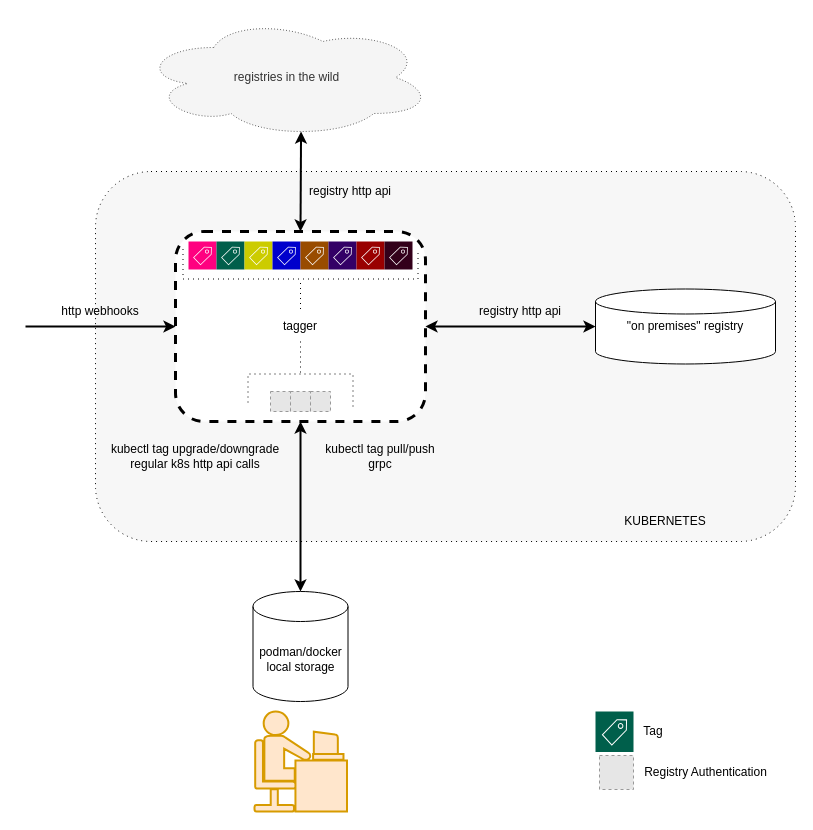
This is assets/architecture.drawio from ricardomaraschini/tagger, a draw.io file, before an edit. Source tidied: cells renumbered, new cells numbered last; positions are measured from the earlier drawing's top-left corner, leaving out a move shared by most shapes. Both pictures are drawn from the tidied source at 100%, with x=0, y=0 at pixel (25, 17). Pictures stored in the file or linked from it are replaced by grey dashed boxes.
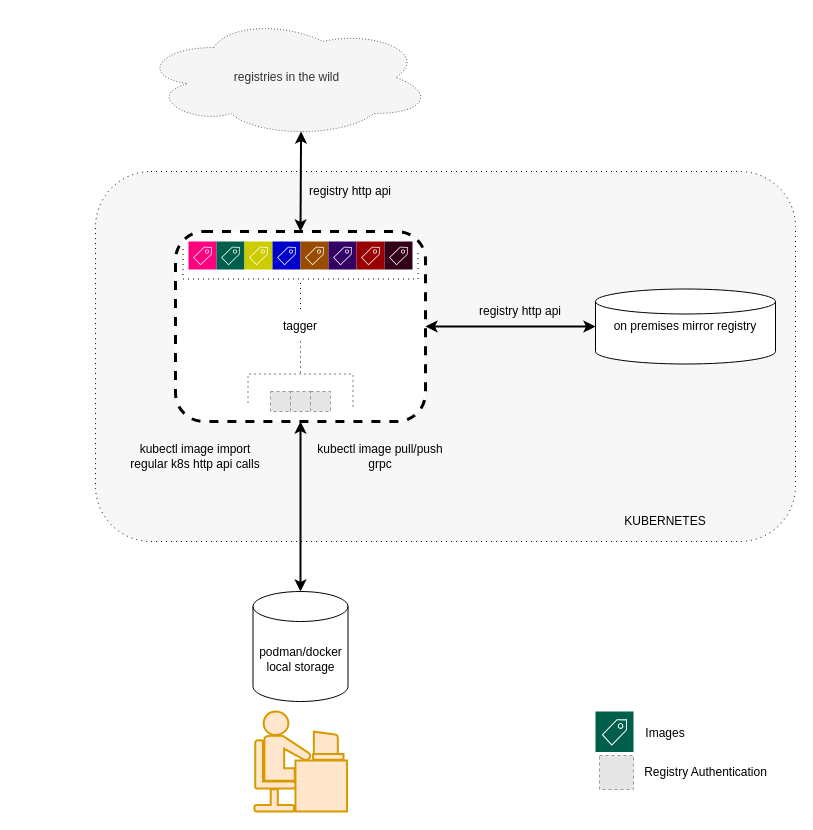
The same diagram, later.

Unchanged cells that the change refers to:
```xml
<mxCell id="4" value="tagger" style="rounded=1;whiteSpace=wrap;html=1;dashed=1;strokeWidth=3;" parent="1" vertex="1">
  <mxGeometry x="150" y="214" width="250" height="190" as="geometry" />
</mxCell>
```

What changed in the source:
```diff
@@
-    <mxCell id="5" value="&quot;on premises&quot; registry" style="strokeWidth=1;html=1;shape=mxgraph.flowchart.database;whiteSpace=wrap;" parent="1" vertex="1">
+    <mxCell id="5" value="on premises mirror registry" style="strokeWidth=1;html=1;shape=mxgraph.flowchart.database;whiteSpace=wrap;" parent="1" vertex="1">
       <mxGeometry x="570" y="271.5" width="180" height="75" as="geometry" />
     </mxCell>
@@
-    <mxCell id="13" value="kubectl tag pull/push&lt;br&gt;grpc" style="text;html=1;strokeColor=none;fillColor=none;align=center;verticalAlign=middle;whiteSpace=wrap;rounded=0;" parent="1" vertex="1">
+    <mxCell id="13" value="kubectl image pull/push&lt;br&gt;grpc" style="text;html=1;strokeColor=none;fillColor=none;align=center;verticalAlign=middle;whiteSpace=wrap;rounded=0;" parent="1" vertex="1">
       <mxGeometry x="280" y="424" width="150" height="30" as="geometry" />
     </mxCell>
-    <mxCell id="14" style="endArrow=classic;html=1;entryX=0;entryY=0.5;entryDx=0;entryDy=0;strokeWidth=2;" parent="1" edge="1" target="4">
-      <mxGeometry relative="1" as="geometry">
-        <mxPoint y="309" as="sourcePoint" />
-      </mxGeometry>
-    </mxCell>
-    <mxCell id="15" value="http webhooks" style="text;html=1;strokeColor=none;fillColor=none;align=center;verticalAlign=middle;whiteSpace=wrap;rounded=0;" parent="1" vertex="1">
-      <mxGeometry x="20" y="284" width="110" height="20" as="geometry" />
-    </mxCell>
-    <mxCell id="16" value="kubectl tag upgrade/downgrade&lt;br&gt;regular k8s http api calls" style="text;html=1;strokeColor=none;fillColor=none;align=center;verticalAlign=middle;whiteSpace=wrap;rounded=0;" parent="1" vertex="1">
+    <mxCell id="16" value="kubectl image import&lt;br&gt;regular k8s http api calls" style="text;html=1;strokeColor=none;fillColor=none;align=center;verticalAlign=middle;whiteSpace=wrap;rounded=0;" parent="1" vertex="1">
       <mxGeometry x="70" y="421.5" width="200" height="35" as="geometry" />
     </mxCell>
@@
-    <mxCell id="32" value="Tag" style="text;html=1;strokeColor=none;fillColor=none;align=center;verticalAlign=middle;whiteSpace=wrap;rounded=0;dashed=1;dashPattern=1 4;" parent="1" vertex="1">
-      <mxGeometry x="608" y="704.2" width="40" height="20" as="geometry" />
+    <mxCell id="32" value="Images" style="text;html=1;strokeColor=none;fillColor=none;align=center;verticalAlign=middle;whiteSpace=wrap;rounded=0;dashed=1;dashPattern=1 4;" parent="1" vertex="1">
+      <mxGeometry x="620" y="705.5" width="40" height="20" as="geometry" />
     </mxCell>
```
